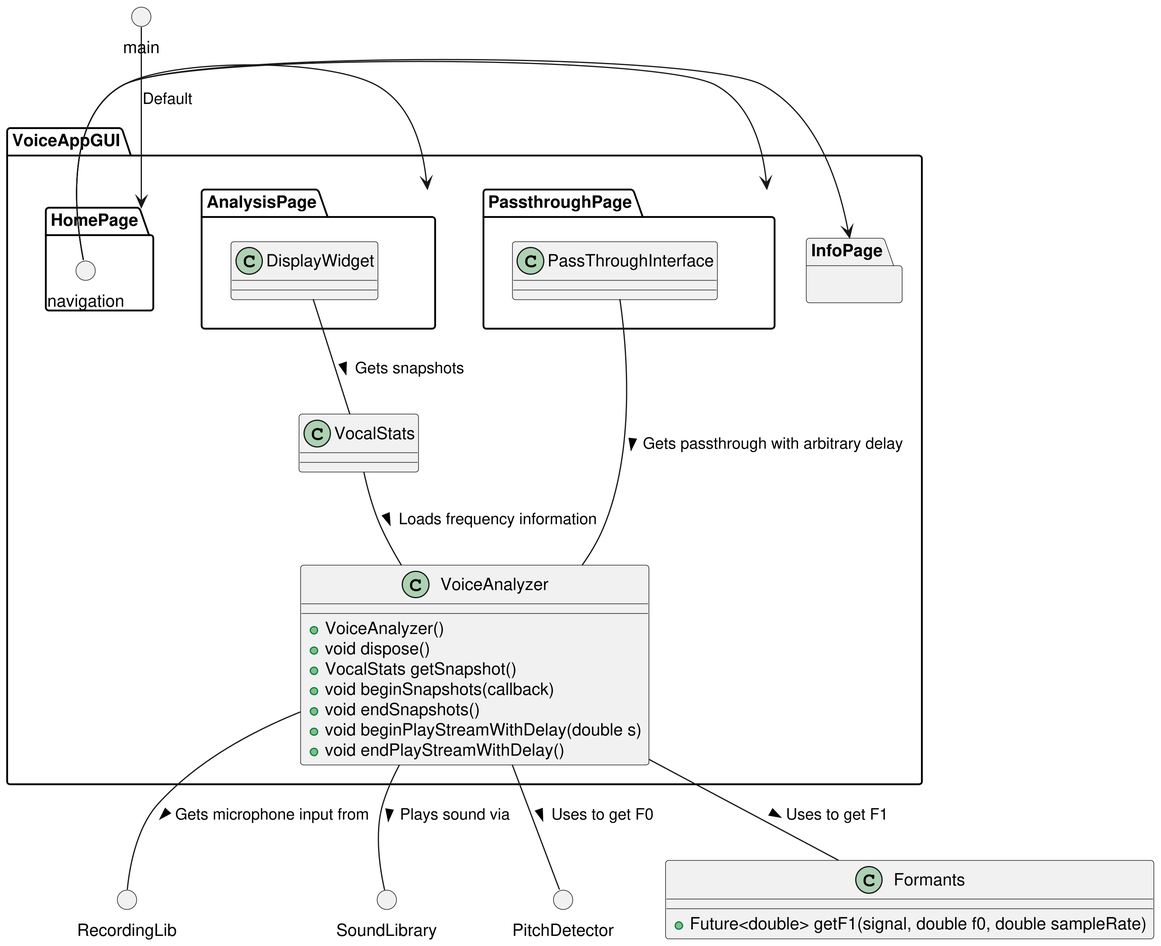
Earlier version of the PlantUML export docs/organization.png (jorbDehmel/voice-training-app).
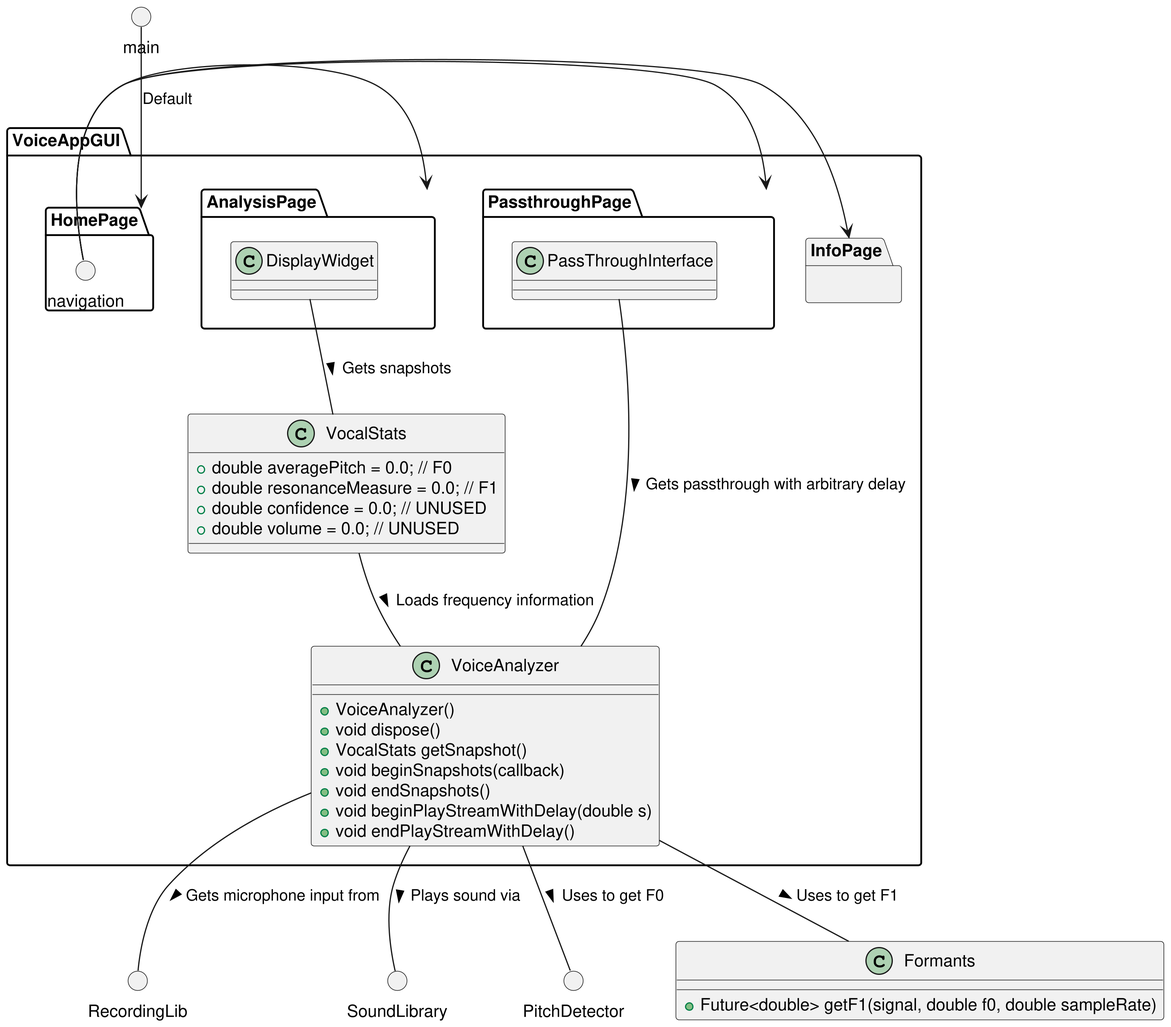
The same file after the commit.

Commit message:
Removed some unused dependencies.

Diff of the diagram source:
```diff
@@ -6,7 +6,12 @@
 () PitchDetector
 
 package VoiceAppGUI {
-    class VocalStats {}
+    class VocalStats {
+        + double averagePitch = 0.0; // F0
+        + double resonanceMeasure = 0.0; // F1
+        + double confidence = 0.0; // UNUSED
+        + double volume = 0.0; // UNUSED
+    }
 
     class VoiceAnalyzer {
         + VoiceAnalyzer()
```
